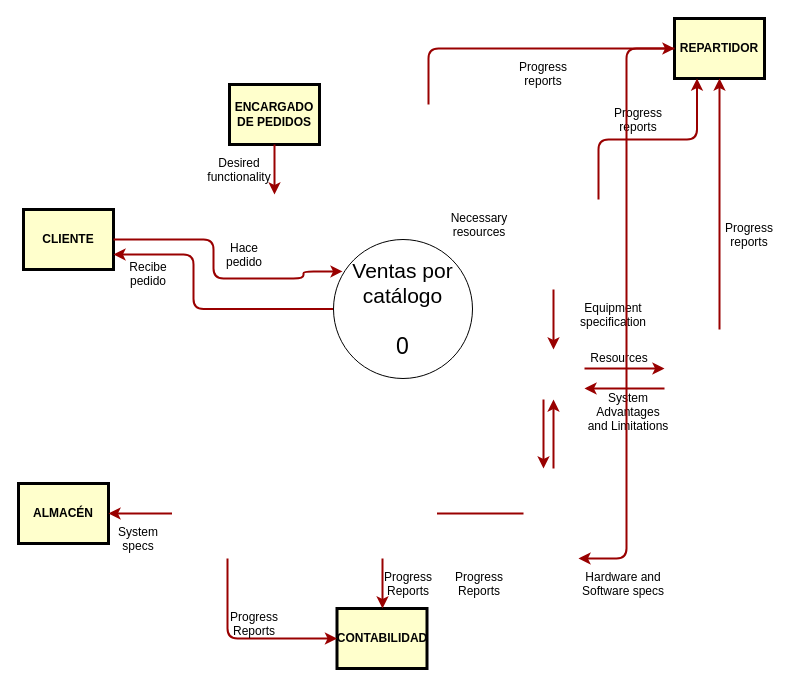
Earlier version of the draw.io diagram DFD_nivel_0_venta_catálogo.drawio (edukatech/colaboracion). Source tidied: cells renumbered, new cells numbered last; positions are measured from the earlier drawing's top-left corner, leaving out a move shared by most shapes. Both pictures are drawn from the tidied source at 100%, with x=0, y=0 at pixel (18, 18).
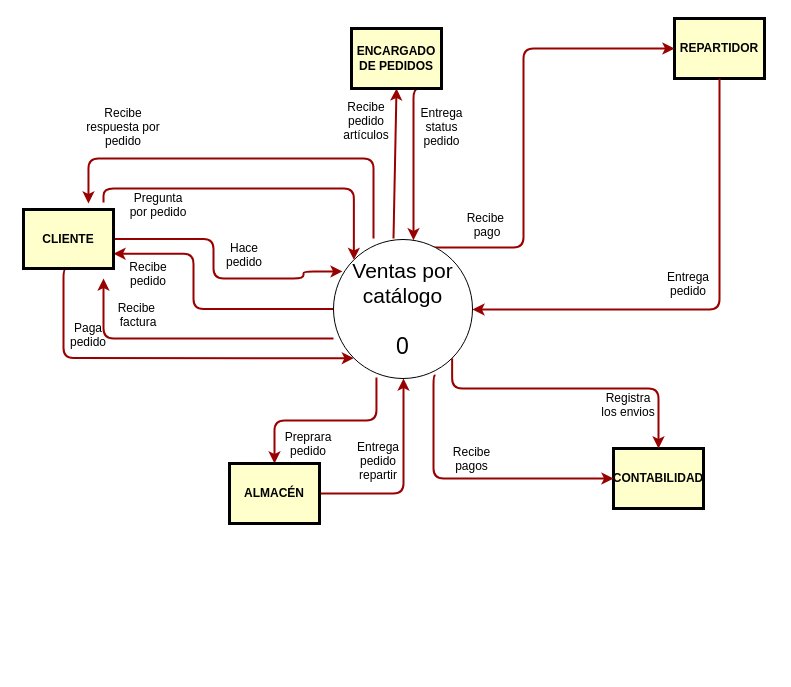
The same diagram, later.

The change refers to these unchanged cells:
```xml
<mxCell id="6" value="REPARTIDOR" style="whiteSpace=wrap;align=center;verticalAlign=middle;fontStyle=1;strokeWidth=3;fillColor=#FFFFCC;fontColor=#050505;" parent="1" vertex="1">
  <mxGeometry x="656" width="90" height="60" as="geometry" />
</mxCell>
<mxCell id="38" value="&lt;font style=&quot;font-size: 21px;&quot;&gt;Ventas por catálogo&lt;br&gt;&lt;br&gt;&lt;/font&gt;&lt;font style=&quot;font-size: 23px;&quot;&gt;0&lt;/font&gt;" style="ellipse;whiteSpace=wrap;html=1;" parent="1" vertex="1">
  <mxGeometry x="315" y="221" width="139" height="139" as="geometry" />
</mxCell>
```

Diff of the diagram source:
```diff
@@
-    <mxCell id="2" value="ENCARGADO DE PEDIDOS" style="whiteSpace=wrap;align=center;verticalAlign=middle;fontStyle=1;strokeWidth=3;fillColor=#FFFFCC;fontColor=#000000;" parent="1" vertex="1">
-      <mxGeometry x="211" y="66" width="90" height="60" as="geometry" />
-    </mxCell>
-    <mxCell id="3" value="CLIENTE" style="whiteSpace=wrap;align=center;verticalAlign=middle;fontStyle=1;strokeWidth=3;fillColor=#FFFFCC;fontColor=#000000;" parent="1" vertex="1">
-      <mxGeometry x="5" y="191" width="90" height="60" as="geometry" />
-    </mxCell>
     <mxCell id="4" value="CONTABILIDAD" style="whiteSpace=wrap;align=center;verticalAlign=middle;fontStyle=1;strokeWidth=3;fillColor=#FFFFCC;fontColor=#050505;" parent="1" vertex="1">
-      <mxGeometry x="318.5" y="590" width="90" height="60" as="geometry" />
+      <mxGeometry x="595" y="430" width="90" height="60" as="geometry" />
     </mxCell>
-    <mxCell id="5" value="ALMACÉN" style="whiteSpace=wrap;align=center;verticalAlign=middle;fontStyle=1;strokeWidth=3;fillColor=#FFFFCC;fontColor=#000000;" parent="1" vertex="1">
-      <mxGeometry y="465" width="90" height="60" as="geometry" />
-    </mxCell>
@@
-    <mxCell id="7" style="edgeStyle=none;noEdgeStyle=1;strokeColor=#990000;strokeWidth=2;" parent="1" edge="1" source="2">
+    <mxCell id="7" style="edgeStyle=none;noEdgeStyle=1;strokeColor=#990000;strokeWidth=2;entryX=0.5;entryY=1;entryDx=0;entryDy=0;" parent="1" edge="1" target="2">
       <mxGeometry relative="1" as="geometry">
-        <mxPoint x="256" y="176" as="targetPoint" />
+        <mxPoint x="375" y="220" as="sourcePoint" />
       </mxGeometry>
     </mxCell>
-    <mxCell id="8" style="endArrow=none;noEdgeStyle=1;strokeColor=#990000;strokeWidth=2;" parent="1" edge="1">
-      <mxGeometry relative="1" as="geometry">
-        <mxPoint x="505" y="495" as="sourcePoint" />
-        <mxPoint x="418.5" y="495" as="targetPoint" />
-      </mxGeometry>
-    </mxCell>
@@
-    <mxCell id="10" value="Desired &#10;functionality" style="text;spacingTop=-5;align=center;" parent="1" vertex="1">
-      <mxGeometry x="206" y="136" width="30" height="20" as="geometry" />
+    <mxCell id="10" value="Pregunta&#10;por pedido" style="text;spacingTop=-5;align=center;" parent="1" vertex="1">
+      <mxGeometry x="125" y="171" width="30" height="20" as="geometry" />
     </mxCell>
-    <mxCell id="11" value="Necessary&#10;resources" style="text;spacingTop=-5;align=center;" parent="1" vertex="1">
-      <mxGeometry x="446" y="191" width="30" height="20" as="geometry" />
+    <mxCell id="11" value="Paga&#10;pedido" style="text;spacingTop=-5;align=center;" parent="1" vertex="1">
+      <mxGeometry x="55" y="301" width="30" height="20" as="geometry" />
     </mxCell>
-    <mxCell id="12" value="Progress&#10;reports" style="text;spacingTop=-5;align=center;" parent="1" vertex="1">
-      <mxGeometry x="510" y="40" width="30" height="20" as="geometry" />
+    <mxCell id="12" value="Recibe &#10;factura" style="text;spacingTop=-5;align=center;" parent="1" vertex="1">
+      <mxGeometry x="105" y="281" width="30" height="20" as="geometry" />
     </mxCell>
-    <mxCell id="13" value="Progress&#10;reports" style="text;spacingTop=-5;align=center;" parent="1" vertex="1">
-      <mxGeometry x="605" y="86" width="30" height="20" as="geometry" />
+    <mxCell id="13" value="Recibe &#10;pago" style="text;spacingTop=-5;align=center;" parent="1" vertex="1">
+      <mxGeometry x="454" y="191" width="30" height="20" as="geometry" />
     </mxCell>
-    <mxCell id="14" value="Progress&#10;reports" style="text;spacingTop=-5;align=center;" parent="1" vertex="1">
-      <mxGeometry x="716" y="201" width="30" height="20" as="geometry" />
+    <mxCell id="14" value="Entrega&#10;status&#10;pedido" style="text;spacingTop=-5;align=center;" parent="1" vertex="1">
+      <mxGeometry x="408.5" y="86" width="30" height="20" as="geometry" />
     </mxCell>
-    <mxCell id="15" style="edgeStyle=elbowEdgeStyle;elbow=horizontal;strokeColor=#990000;strokeWidth=2;" parent="1" edge="1">
+    <mxCell id="15" style="edgeStyle=elbowEdgeStyle;elbow=horizontal;strokeColor=#990000;strokeWidth=2;exitX=0.691;exitY=0.058;exitDx=0;exitDy=0;exitPerimeter=0;" parent="1" edge="1" source="38">
       <mxGeometry relative="1" as="geometry">
-        <mxPoint x="410" y="86" as="sourcePoint" />
         <mxPoint x="656" y="30" as="targetPoint" />
         <Array as="points">
-          <mxPoint x="410" y="80" />
+          <mxPoint x="505" y="140" />
         </Array>
       </mxGeometry>
     </mxCell>
-    <mxCell id="16" style="edgeStyle=elbowEdgeStyle;elbow=vertical;entryX=0.25;entryY=1;strokeColor=#990000;strokeWidth=2;" parent="1" edge="1">
-      <mxGeometry relative="1" as="geometry">
-        <mxPoint x="580" y="181" as="sourcePoint" />
-        <mxPoint x="678.5" y="60" as="targetPoint" />
-      </mxGeometry>
-    </mxCell>
-    <mxCell id="17" style="edgeStyle=elbowEdgeStyle;elbow=horizontal;strokeColor=#990000;strokeWidth=2;" parent="1" edge="1">
-      <mxGeometry relative="1" as="geometry">
-        <mxPoint x="701" y="311" as="sourcePoint" />
-        <mxPoint x="701" y="60" as="targetPoint" />
-      </mxGeometry>
-    </mxCell>
-    <mxCell id="18" style="edgeStyle=elbowEdgeStyle;elbow=horizontal;strokeColor=#990000;strokeWidth=2;" parent="1" edge="1">
+    <mxCell id="18" style="edgeStyle=elbowEdgeStyle;elbow=horizontal;strokeColor=#990000;strokeWidth=2;" parent="1" edge="1" target="38">
       <mxGeometry relative="1" as="geometry">
-        <mxPoint x="535" y="271" as="sourcePoint" />
-        <mxPoint x="535" y="331" as="targetPoint" />
+        <mxPoint x="405" y="70" as="sourcePoint" />
         <Array as="points">
-          <mxPoint x="535" y="300" />
+          <mxPoint x="395" y="130" />
         </Array>
       </mxGeometry>
     </mxCell>
@@
-    <mxCell id="21" value="Equipment&#10;specification" style="text;spacingTop=-5;align=center;" parent="1" vertex="1">
-      <mxGeometry x="580" y="281" width="30" height="20" as="geometry" />
+    <mxCell id="21" value="Entrega&#10;pedido&#10;repartir" style="text;spacingTop=-5;align=center;" parent="1" vertex="1">
+      <mxGeometry x="345" y="420" width="30" height="20" as="geometry" />
     </mxCell>
-    <mxCell id="22" style="edgeStyle=elbowEdgeStyle;elbow=vertical;strokeColor=#990000;strokeWidth=2;" parent="1" edge="1">
+    <mxCell id="22" style="edgeStyle=elbowEdgeStyle;elbow=vertical;strokeColor=#990000;strokeWidth=2;entryX=1;entryY=0.5;entryDx=0;entryDy=0;" parent="1" edge="1" source="6" target="38">
       <mxGeometry relative="1" as="geometry">
-        <mxPoint x="566" y="350" as="sourcePoint" />
-        <mxPoint x="646" y="350" as="targetPoint" />
         <Array as="points">
-          <mxPoint x="615" y="350" />
+          <mxPoint x="585" y="291" />
         </Array>
       </mxGeometry>
     </mxCell>
-    <mxCell id="23" style="edgeStyle=elbowEdgeStyle;elbow=vertical;strokeColor=#990000;strokeWidth=2;" parent="1" edge="1">
+    <mxCell id="23" style="edgeStyle=elbowEdgeStyle;elbow=vertical;strokeColor=#990000;strokeWidth=2;exitX=1;exitY=1;exitDx=0;exitDy=0;entryX=0.5;entryY=0;entryDx=0;entryDy=0;" parent="1" edge="1" source="38" target="4">
       <mxGeometry relative="1" as="geometry">
-        <mxPoint x="646" y="370" as="sourcePoint" />
-        <mxPoint x="566" y="370" as="targetPoint" />
         <Array as="points">
           <mxPoint x="615" y="370" />
         </Array>
       </mxGeometry>
     </mxCell>
-    <mxCell id="24" value="Resources" style="text;spacingTop=-5;align=center;" parent="1" vertex="1">
-      <mxGeometry x="586" y="331" width="30" height="20" as="geometry" />
+    <mxCell id="24" value="Entrega&#10;pedido" style="text;spacingTop=-5;align=center;" parent="1" vertex="1">
+      <mxGeometry x="655" y="250" width="30" height="20" as="geometry" />
     </mxCell>
-    <mxCell id="25" value="System &#10;Advantages &#10;and Limitations" style="text;spacingTop=-5;align=center;" parent="1" vertex="1">
+    <mxCell id="25" value="Registra &#10;los envios" style="text;spacingTop=-5;align=center;" parent="1" vertex="1">
       <mxGeometry x="595" y="371" width="30" height="20" as="geometry" />
     </mxCell>
-    <mxCell id="26" style="edgeStyle=elbowEdgeStyle;elbow=horizontal;strokeColor=#990000;strokeWidth=2;" parent="1" edge="1">
-      <mxGeometry relative="1" as="geometry">
-        <mxPoint x="535" y="450" as="sourcePoint" />
-        <mxPoint x="535" y="381" as="targetPoint" />
-        <Array as="points">
-          <mxPoint x="535" y="410" />
-        </Array>
-      </mxGeometry>
-    </mxCell>
-    <mxCell id="27" style="edgeStyle=elbowEdgeStyle;elbow=horizontal;strokeColor=#990000;strokeWidth=2;" parent="1" edge="1">
+    <mxCell id="27" style="edgeStyle=elbowEdgeStyle;elbow=horizontal;strokeColor=#990000;strokeWidth=2;exitX=1;exitY=0.5;exitDx=0;exitDy=0;entryX=0.5;entryY=1;entryDx=0;entryDy=0;" parent="1" edge="1" source="5" target="38">
       <mxGeometry relative="1" as="geometry">
-        <mxPoint x="525" y="381" as="sourcePoint" />
-        <mxPoint x="525" y="450" as="targetPoint" />
         <Array as="points">
-          <mxPoint x="525" y="420" />
+          <mxPoint x="385" y="410" />
         </Array>
       </mxGeometry>
     </mxCell>
-    <mxCell id="28" style="edgeStyle=elbowEdgeStyle;elbow=horizontal;strokeColor=#990000;strokeWidth=2;" parent="1" edge="1" source="6">
-      <mxGeometry relative="1" as="geometry">
-        <mxPoint x="560" y="540" as="targetPoint" />
-      </mxGeometry>
-    </mxCell>
-    <mxCell id="29" value="Hardware and&#10;Software specs" style="text;spacingTop=-5;align=center;" parent="1" vertex="1">
-      <mxGeometry x="590" y="550" width="30" height="20" as="geometry" />
+    <mxCell id="29" value="Recibe&#10;pedido&#10;artículos" style="text;spacingTop=-5;align=center;" parent="1" vertex="1">
+      <mxGeometry x="333" y="80" width="30" height="20" as="geometry" />
     </mxCell>
@@
-    <mxCell id="31" value="Progress&#10;Reports" style="text;spacingTop=-5;align=center;" parent="1" vertex="1">
-      <mxGeometry x="446" y="550" width="30" height="20" as="geometry" />
+    <mxCell id="31" value="Recibe &#10;respuesta por &#10;pedido" style="text;spacingTop=-5;align=center;" parent="1" vertex="1">
+      <mxGeometry x="90" y="86" width="30" height="20" as="geometry" />
     </mxCell>
-    <mxCell id="32" style="edgeStyle=elbowEdgeStyle;elbow=horizontal;strokeColor=#990000;strokeWidth=2;" parent="1" edge="1" target="4">
+    <mxCell id="32" style="edgeStyle=elbowEdgeStyle;elbow=horizontal;strokeColor=#990000;strokeWidth=2;exitX=0.734;exitY=0.978;exitDx=0;exitDy=0;exitPerimeter=0;" parent="1" edge="1" source="38" target="4">
       <mxGeometry relative="1" as="geometry">
-        <mxPoint x="364" y="540" as="sourcePoint" />
+        <Array as="points">
+          <mxPoint x="415" y="410" />
+        </Array>
       </mxGeometry>
     </mxCell>
-    <mxCell id="33" value="Progress&#10;Reports" style="text;spacingTop=-5;align=center;" parent="1" vertex="1">
-      <mxGeometry x="375" y="550" width="30" height="20" as="geometry" />
+    <mxCell id="33" value="Recibe&#10;pagos" style="text;spacingTop=-5;align=center;" parent="1" vertex="1">
+      <mxGeometry x="438.5" y="425" width="30" height="20" as="geometry" />
     </mxCell>
-    <mxCell id="34" style="edgeStyle=elbowEdgeStyle;elbow=horizontal;strokeColor=#990000;strokeWidth=2;" parent="1" edge="1" target="4">
-      <mxGeometry relative="1" as="geometry">
-        <mxPoint x="209" y="540" as="sourcePoint" />
-        <Array as="points">
-          <mxPoint x="209" y="570" />
-        </Array>
-      </mxGeometry>
-    </mxCell>
-    <mxCell id="35" value="Progress&#10;Reports" style="text;spacingTop=-5;align=center;" parent="1" vertex="1">
-      <mxGeometry x="221" y="590" width="30" height="20" as="geometry" />
-    </mxCell>
-    <mxCell id="36" style="edgeStyle=elbowEdgeStyle;elbow=vertical;strokeColor=#990000;strokeWidth=2;" parent="1" edge="1" target="5">
-      <mxGeometry relative="1" as="geometry">
-        <mxPoint x="153.5" y="495" as="sourcePoint" />
-      </mxGeometry>
+    <mxCell id="36" style="edgeStyle=elbowEdgeStyle;elbow=vertical;strokeColor=#990000;strokeWidth=2;exitX=0.309;exitY=0.993;exitDx=0;exitDy=0;exitPerimeter=0;" parent="1" edge="1" source="38" target="5">
+      <mxGeometry relative="1" as="geometry" />
     </mxCell>
-    <mxCell id="37" value="System&#10;specs" style="text;spacingTop=-5;align=center;" parent="1" vertex="1">
-      <mxGeometry x="105" y="505" width="30" height="20" as="geometry" />
+    <mxCell id="37" value="Preprara&#10;pedido" style="text;spacingTop=-5;align=center;" parent="1" vertex="1">
+      <mxGeometry x="275" y="410" width="30" height="20" as="geometry" />
     </mxCell>
+    <mxCell id="39" style="edgeStyle=elbowEdgeStyle;elbow=horizontal;exitX=0;exitY=0.712;strokeColor=#990000;strokeWidth=2;exitDx=0;exitDy=0;exitPerimeter=0;" parent="1" edge="1" source="38">
+      <mxGeometry relative="1" as="geometry">
+        <mxPoint x="85" y="260" as="targetPoint" />
+        <Array as="points">
+          <mxPoint x="85" y="320" />
+        </Array>
+      </mxGeometry>
+    </mxCell>
+    <mxCell id="40" style="edgeStyle=segmentEdgeStyle;strokeColor=#990000;strokeWidth=2;exitX=0.5;exitY=1;exitDx=0;exitDy=0;entryX=0;entryY=1;entryDx=0;entryDy=0;" parent="1" edge="1" source="3" target="38">
+      <mxGeometry relative="1" as="geometry">
+        <Array as="points">
+          <mxPoint x="45" y="250" />
+          <mxPoint x="45" y="340" />
+        </Array>
+      </mxGeometry>
+    </mxCell>
+    <mxCell id="3" value="CLIENTE" style="whiteSpace=wrap;align=center;verticalAlign=middle;fontStyle=1;strokeWidth=3;fillColor=#FFFFCC;fontColor=#000000;" parent="1" vertex="1">
+      <mxGeometry x="5" y="191" width="90" height="59" as="geometry" />
+    </mxCell>
+    <mxCell id="41" style="edgeStyle=elbowEdgeStyle;strokeColor=#990000;strokeWidth=2;entryX=0.722;entryY=-0.102;entryDx=0;entryDy=0;entryPerimeter=0;elbow=vertical;" parent="1" edge="1" target="3">
+      <mxGeometry relative="1" as="geometry">
+        <mxPoint x="355" y="220" as="sourcePoint" />
+        <Array as="points">
+          <mxPoint x="215" y="140" />
+        </Array>
+      </mxGeometry>
+    </mxCell>
+    <mxCell id="42" style="edgeStyle=elbowEdgeStyle;strokeColor=#990000;strokeWidth=2;entryX=0;entryY=0;entryDx=0;entryDy=0;elbow=vertical;" parent="1" edge="1" target="38">
+      <mxGeometry relative="1" as="geometry">
+        <mxPoint x="85" y="184" as="sourcePoint" />
+        <Array as="points">
+          <mxPoint x="215" y="170" />
+        </Array>
+      </mxGeometry>
+    </mxCell>
+    <mxCell id="2" value="ENCARGADO DE PEDIDOS" style="whiteSpace=wrap;align=center;verticalAlign=middle;fontStyle=1;strokeWidth=3;fillColor=#FFFFCC;fontColor=#000000;" parent="1" vertex="1">
+      <mxGeometry x="333" y="10" width="90" height="60" as="geometry" />
+    </mxCell>
+    <mxCell id="5" value="ALMACÉN" style="whiteSpace=wrap;align=center;verticalAlign=middle;fontStyle=1;strokeWidth=3;fillColor=#FFFFCC;fontColor=#000000;" parent="1" vertex="1">
+      <mxGeometry x="211" y="445" width="90" height="60" as="geometry" />
+    </mxCell>
```
